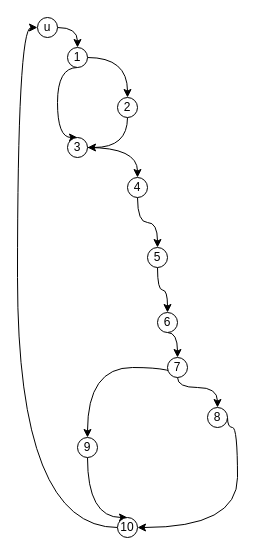
Before: cfg.drawio in Miaoqiyue/test, a draw.io diagram. Source tidied: cells renumbered, new cells numbered last; positions are measured from the earlier drawing's top-left corner, leaving out a move shared by most shapes. Both pictures are drawn from the tidied source at 100%, with x=0, y=0 at pixel (37, 17).
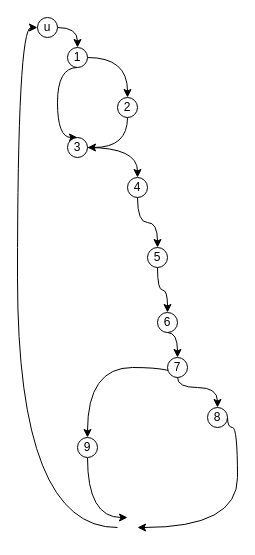
The same diagram, later.

Unchanged cells that the change refers to:
```xml
<mxCell id="3" value="u" style="ellipse;whiteSpace=wrap;html=1;" parent="1" vertex="1">
  <mxGeometry width="20" height="20" as="geometry" />
</mxCell>
<mxCell id="21" value="8" style="ellipse;whiteSpace=wrap;html=1;" parent="1" vertex="1">
  <mxGeometry x="170" y="390" width="20" height="20" as="geometry" />
</mxCell>
<mxCell id="23" value="9" style="ellipse;whiteSpace=wrap;html=1;" parent="1" vertex="1">
  <mxGeometry x="40" y="420" width="20" height="20" as="geometry" />
</mxCell>
```

What changed in the source:
```diff
@@
-    <mxCell id="20" style="edgeStyle=orthogonalEdgeStyle;jettySize=auto;html=1;exitX=1;exitY=0.5;exitDx=0;exitDy=0;curved=1;" parent="1" edge="1" source="21" target="25">
+    <mxCell id="20" style="edgeStyle=orthogonalEdgeStyle;jettySize=auto;html=1;exitX=1;exitY=0.5;exitDx=0;exitDy=0;curved=1;" parent="1" edge="1" source="21">
       <mxGeometry relative="1" as="geometry">
+        <mxPoint x="100" y="510" as="targetPoint" />
         <Array as="points">
           <mxPoint x="190" y="410" />
           <mxPoint x="200" y="410" />
           <mxPoint x="200" y="510" />
         </Array>
       </mxGeometry>
     </mxCell>
@@
-    <mxCell id="22" style="edgeStyle=orthogonalEdgeStyle;jettySize=auto;html=1;exitX=0.5;exitY=1;exitDx=0;exitDy=0;curved=1;entryX=0.5;entryY=0;entryDx=0;entryDy=0;" parent="1" edge="1" source="23" target="25">
+    <mxCell id="22" style="edgeStyle=orthogonalEdgeStyle;jettySize=auto;html=1;exitX=0.5;exitY=1;exitDx=0;exitDy=0;curved=1;entryX=0.5;entryY=0;entryDx=0;entryDy=0;" parent="1" edge="1" source="23">
       <mxGeometry relative="1" as="geometry">
+        <mxPoint x="90" y="500" as="targetPoint" />
         <Array as="points">
           <mxPoint x="50" y="500" />
         </Array>
       </mxGeometry>
     </mxCell>
@@
-    <mxCell id="24" style="edgeStyle=orthogonalEdgeStyle;jettySize=auto;html=1;exitX=0;exitY=0.5;exitDx=0;exitDy=0;entryX=0;entryY=0.5;entryDx=0;entryDy=0;curved=1;" parent="1" edge="1" source="25" target="3">
-      <mxGeometry relative="1" as="geometry" />
+    <mxCell id="24" style="edgeStyle=orthogonalEdgeStyle;jettySize=auto;html=1;exitX=0;exitY=0.5;exitDx=0;exitDy=0;entryX=0;entryY=0.5;entryDx=0;entryDy=0;curved=1;" parent="1" edge="1" target="3">
+      <mxGeometry relative="1" as="geometry">
+        <mxPoint x="80" y="510" as="sourcePoint" />
+      </mxGeometry>
     </mxCell>
-    <mxCell id="25" value="10" style="ellipse;whiteSpace=wrap;html=1;" parent="1" vertex="1">
-      <mxGeometry x="80" y="500" width="20" height="20" as="geometry" />
-    </mxCell>
```
